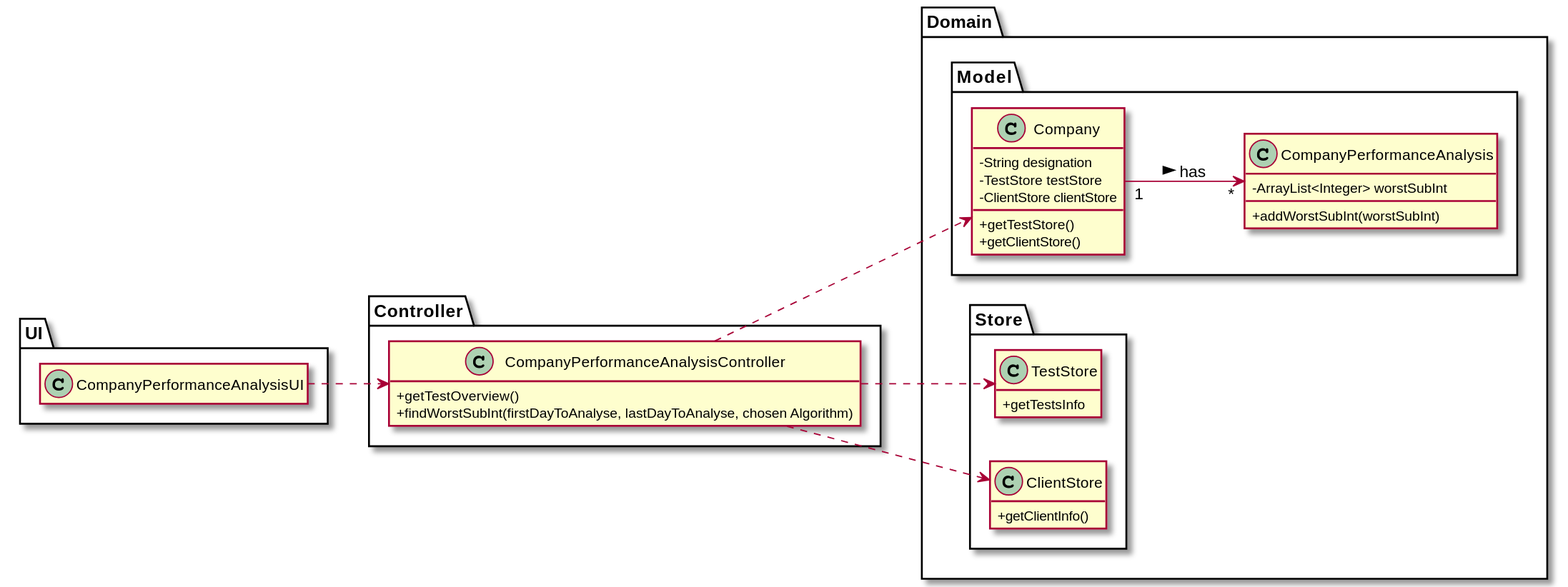
Above: docs/SprintD/US_16/US016_CD_WithPackages.svg in ana-albergaria/LAPR2-ISEP (PlantUML), before the change.
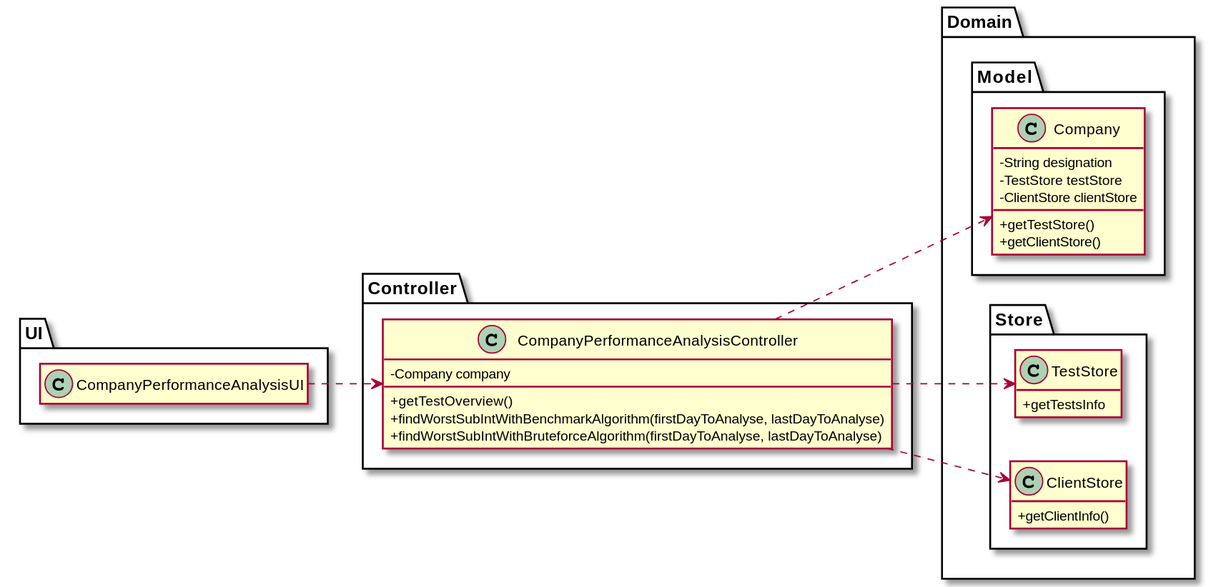
The same file after the commit.

Change to the diagram source:
```diff
@@ -14,11 +14,6 @@
     -ClientStore clientStore
     +getTestStore()
     +getClientStore()
-}
-
-class CompanyPerformanceAnalysis{
--ArrayList<Integer> worstSubInt
-+addWorstSubInt(worstSubInt)
 }
 
 }
@@ -40,8 +35,10 @@
 package Controller {
 
 class CompanyPerformanceAnalysisController{
-+getTestOverview()
-+findWorstSubInt(firstDayToAnalyse, lastDayToAnalyse, chosen Algorithm)
+    -Company company
+    +getTestOverview()
+    +findWorstSubIntWithBenchmarkAlgorithm(firstDayToAnalyse, lastDayToAnalyse)
+    +findWorstSubIntWithBruteforceAlgorithm(firstDayToAnalyse, lastDayToAnalyse)
 }
 
 }
@@ -57,6 +54,5 @@
 CompanyPerformanceAnalysisController ..> Company
 CompanyPerformanceAnalysisController ..> ClientStore
 CompanyPerformanceAnalysisController ..> TestStore
-Company "1" --> "*" CompanyPerformanceAnalysis : has >
 
 @enduml
```
